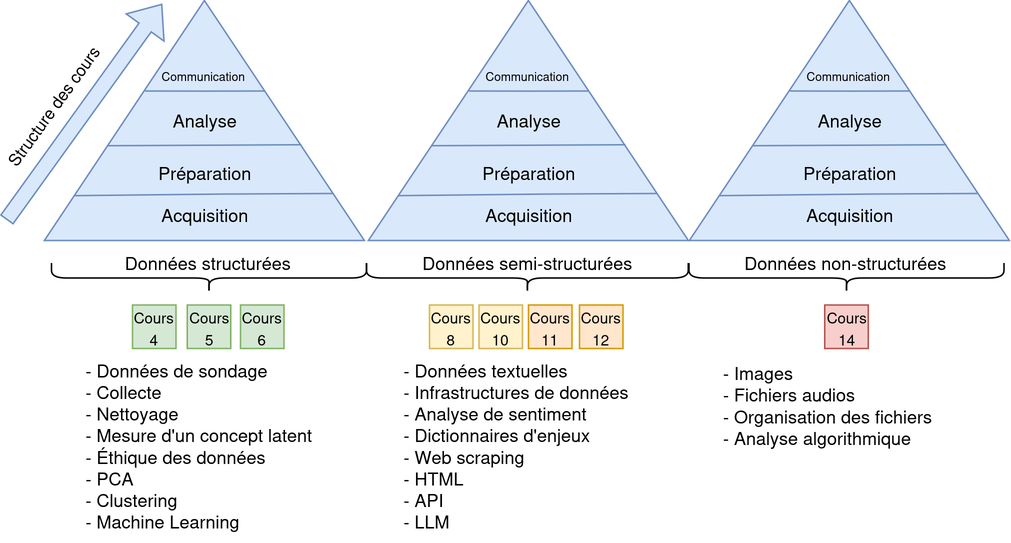
Above: slides/1_introduction/img/structure_cours.png in fas1001/fas1001.github.io (draw.io), before the change. Source tidied: cells renumbered, new cells last; positions are measured from the earlier drawing's top-left corner, leaving out a move shared by most shapes. The source it was exported from:
```xml
<mxGraphModel>
  <root>
    <mxCell id="0" />
    <mxCell id="1" parent="0" />
    <mxCell id="2" style="group;" parent="1" vertex="1">
      <mxGeometry y="27" width="668.6" height="361" as="geometry" />
    </mxCell>
    <mxCell id="3" style="group;" parent="2" vertex="1">
      <mxGeometry width="238.6" height="160" as="geometry" />
    </mxCell>
    <mxCell id="4" style="triangle;whiteSpace=wrap;html=1;rotation=-90;fillColor=#dae8fc;strokeColor=#6c8ebf;" parent="3" vertex="1">
      <mxGeometry x="51.9" y="-26.7" width="160" height="213.3" as="geometry" />
    </mxCell>
    <mxCell id="5" style="endArrow=none;html=1;rounded=0;fillColor=#dae8fc;strokeColor=#6c8ebf;entryX=0.187;entryY=0.094;entryDx=0;entryDy=0;entryPerimeter=0;exitX=0.196;exitY=0.903;exitDx=0;exitDy=0;exitPerimeter=0;" parent="3" edge="1" source="4" target="4">
      <mxGeometry relative="1" as="geometry">
        <Array as="points">
          <mxPoint x="144.1" y="129" />
        </Array>
      </mxGeometry>
    </mxCell>
    <mxCell id="6" style="endArrow=none;html=1;rounded=0;entryX=0.4;entryY=0.803;entryDx=0;entryDy=0;entryPerimeter=0;exitX=0.396;exitY=0.198;exitDx=0;exitDy=0;exitPerimeter=0;fillColor=#dae8fc;strokeColor=#6c8ebf;" parent="3" edge="1" source="4" target="4">
      <mxGeometry relative="1" as="geometry" />
    </mxCell>
    <mxCell id="7" style="endArrow=none;html=1;rounded=0;entryX=0.623;entryY=0.688;entryDx=0;entryDy=0;entryPerimeter=0;exitX=0.623;exitY=0.314;exitDx=0;exitDy=0;exitPerimeter=0;fillColor=#dae8fc;strokeColor=#6c8ebf;" parent="3" edge="1" source="4" target="4">
      <mxGeometry relative="1" as="geometry">
        <Array as="points">
          <mxPoint x="132.6" y="60.4" />
        </Array>
      </mxGeometry>
    </mxCell>
    <mxCell id="8" style="shape=flexArrow;endArrow=classic;html=1;rounded=0;fillColor=#dae8fc;strokeColor=#6c8ebf;" parent="3" edge="1">
      <mxGeometry relative="1" as="geometry">
        <mxPoint y="146.3" as="sourcePoint" />
        <mxPoint x="103.8" y="2.2" as="targetPoint" />
      </mxGeometry>
    </mxCell>
    <mxCell id="9" value="&lt;div&gt;Structure des cours&lt;/div&gt;" style="edgeLabel;html=1;align=center;verticalAlign=middle;rotation=-54;" parent="8" vertex="1">
      <mxGeometry x="-0.13" y="-1" relative="1" as="geometry">
        <mxPoint x="-16" y="-13" as="offset" />
      </mxGeometry>
    </mxCell>
    <mxCell id="10" value="&lt;div&gt;Acquisition&lt;/div&gt;" style="text;html=1;align=center;verticalAlign=middle;whiteSpace=wrap;rounded=0;" parent="3" vertex="1">
      <mxGeometry x="114.6" y="134.8" width="34.6" height="17.3" as="geometry" />
    </mxCell>
    <mxCell id="11" value="Préparation" style="text;html=1;align=center;verticalAlign=middle;whiteSpace=wrap;rounded=0;" parent="3" vertex="1">
      <mxGeometry x="114.6" y="105.9" width="34.6" height="17.3" as="geometry" />
    </mxCell>
    <mxCell id="12" value="Analyse" style="text;html=1;align=center;verticalAlign=middle;whiteSpace=wrap;rounded=0;" parent="3" vertex="1">
      <mxGeometry x="114.6" y="71.4" width="34.6" height="17.3" as="geometry" />
    </mxCell>
    <mxCell id="13" value="&lt;div&gt;&lt;font style=&quot;font-size: 8px;&quot;&gt;Communication&lt;/font&gt;&lt;/div&gt;" style="text;html=1;align=center;verticalAlign=middle;whiteSpace=wrap;rounded=0;" parent="3" vertex="1">
      <mxGeometry x="103.4" y="26.2" width="57" height="45.2" as="geometry" />
    </mxCell>
    <mxCell id="14" style="group;" parent="2" vertex="1">
      <mxGeometry x="216" width="238.6" height="160" as="geometry" />
    </mxCell>
    <mxCell id="15" style="triangle;whiteSpace=wrap;html=1;rotation=-90;fillColor=#dae8fc;strokeColor=#6c8ebf;" parent="14" vertex="1">
      <mxGeometry x="51.9" y="-26.7" width="160" height="213.3" as="geometry" />
    </mxCell>
    <mxCell id="16" style="endArrow=none;html=1;rounded=0;fillColor=#dae8fc;strokeColor=#6c8ebf;entryX=0.187;entryY=0.094;entryDx=0;entryDy=0;entryPerimeter=0;exitX=0.196;exitY=0.903;exitDx=0;exitDy=0;exitPerimeter=0;" parent="14" edge="1" source="15" target="15">
      <mxGeometry relative="1" as="geometry">
        <Array as="points">
          <mxPoint x="144.1" y="129" />
        </Array>
      </mxGeometry>
    </mxCell>
    <mxCell id="17" style="endArrow=none;html=1;rounded=0;entryX=0.4;entryY=0.803;entryDx=0;entryDy=0;entryPerimeter=0;exitX=0.396;exitY=0.198;exitDx=0;exitDy=0;exitPerimeter=0;fillColor=#dae8fc;strokeColor=#6c8ebf;" parent="14" edge="1" source="15" target="15">
      <mxGeometry relative="1" as="geometry" />
    </mxCell>
    <mxCell id="18" style="endArrow=none;html=1;rounded=0;entryX=0.623;entryY=0.688;entryDx=0;entryDy=0;entryPerimeter=0;exitX=0.623;exitY=0.314;exitDx=0;exitDy=0;exitPerimeter=0;fillColor=#dae8fc;strokeColor=#6c8ebf;" parent="14" edge="1" source="15" target="15">
      <mxGeometry relative="1" as="geometry">
        <Array as="points">
          <mxPoint x="132.6" y="60.4" />
        </Array>
      </mxGeometry>
    </mxCell>
    <mxCell id="19" value="&lt;div&gt;Acquisition&lt;/div&gt;" style="text;html=1;align=center;verticalAlign=middle;whiteSpace=wrap;rounded=0;" parent="14" vertex="1">
      <mxGeometry x="114.6" y="134.8" width="34.6" height="17.3" as="geometry" />
    </mxCell>
    <mxCell id="20" value="Préparation" style="text;html=1;align=center;verticalAlign=middle;whiteSpace=wrap;rounded=0;" parent="14" vertex="1">
      <mxGeometry x="114.6" y="105.9" width="34.6" height="17.3" as="geometry" />
    </mxCell>
    <mxCell id="21" value="Analyse" style="text;html=1;align=center;verticalAlign=middle;whiteSpace=wrap;rounded=0;" parent="14" vertex="1">
      <mxGeometry x="114.6" y="71.4" width="34.6" height="17.3" as="geometry" />
    </mxCell>
    <mxCell id="22" value="&lt;div&gt;&lt;font style=&quot;font-size: 8px;&quot;&gt;Communication&lt;/font&gt;&lt;/div&gt;" style="text;html=1;align=center;verticalAlign=middle;whiteSpace=wrap;rounded=0;" parent="14" vertex="1">
      <mxGeometry x="103.4" y="26.2" width="57" height="45.2" as="geometry" />
    </mxCell>
    <mxCell id="23" style="group;" parent="2" vertex="1">
      <mxGeometry x="430" width="238.6" height="160" as="geometry" />
    </mxCell>
    <mxCell id="24" style="triangle;whiteSpace=wrap;html=1;rotation=-90;fillColor=#dae8fc;strokeColor=#6c8ebf;" parent="23" vertex="1">
      <mxGeometry x="51.9" y="-26.7" width="160" height="213.3" as="geometry" />
    </mxCell>
    <mxCell id="25" style="endArrow=none;html=1;rounded=0;fillColor=#dae8fc;strokeColor=#6c8ebf;entryX=0.187;entryY=0.094;entryDx=0;entryDy=0;entryPerimeter=0;exitX=0.196;exitY=0.903;exitDx=0;exitDy=0;exitPerimeter=0;" parent="23" edge="1" source="24" target="24">
      <mxGeometry relative="1" as="geometry">
        <Array as="points">
          <mxPoint x="144.1" y="129" />
        </Array>
      </mxGeometry>
    </mxCell>
    <mxCell id="26" style="endArrow=none;html=1;rounded=0;entryX=0.4;entryY=0.803;entryDx=0;entryDy=0;entryPerimeter=0;exitX=0.396;exitY=0.198;exitDx=0;exitDy=0;exitPerimeter=0;fillColor=#dae8fc;strokeColor=#6c8ebf;" parent="23" edge="1" source="24" target="24">
      <mxGeometry relative="1" as="geometry" />
    </mxCell>
    <mxCell id="27" style="endArrow=none;html=1;rounded=0;entryX=0.623;entryY=0.688;entryDx=0;entryDy=0;entryPerimeter=0;exitX=0.623;exitY=0.314;exitDx=0;exitDy=0;exitPerimeter=0;fillColor=#dae8fc;strokeColor=#6c8ebf;" parent="23" edge="1" source="24" target="24">
      <mxGeometry relative="1" as="geometry">
        <Array as="points">
          <mxPoint x="132.6" y="60.4" />
        </Array>
      </mxGeometry>
    </mxCell>
    <mxCell id="28" value="&lt;div&gt;Acquisition&lt;/div&gt;" style="text;html=1;align=center;verticalAlign=middle;whiteSpace=wrap;rounded=0;" parent="23" vertex="1">
      <mxGeometry x="114.6" y="134.8" width="34.6" height="17.3" as="geometry" />
    </mxCell>
    <mxCell id="29" value="Préparation" style="text;html=1;align=center;verticalAlign=middle;whiteSpace=wrap;rounded=0;" parent="23" vertex="1">
      <mxGeometry x="114.6" y="105.9" width="34.6" height="17.3" as="geometry" />
    </mxCell>
    <mxCell id="30" value="Analyse" style="text;html=1;align=center;verticalAlign=middle;whiteSpace=wrap;rounded=0;" parent="23" vertex="1">
      <mxGeometry x="114.6" y="71.4" width="34.6" height="17.3" as="geometry" />
    </mxCell>
    <mxCell id="31" value="&lt;div&gt;&lt;font style=&quot;font-size: 8px;&quot;&gt;Communication&lt;/font&gt;&lt;/div&gt;" style="text;html=1;align=center;verticalAlign=middle;whiteSpace=wrap;rounded=0;" parent="23" vertex="1">
      <mxGeometry x="103.4" y="26.2" width="57" height="45.2" as="geometry" />
    </mxCell>
    <mxCell id="32" style="shape=curlyBracket;whiteSpace=wrap;html=1;rounded=1;flipH=1;labelPosition=right;verticalLabelPosition=middle;align=left;verticalAlign=middle;rotation=90;" parent="2" vertex="1">
      <mxGeometry x="125" y="80" width="20" height="210" as="geometry" />
    </mxCell>
    <mxCell id="33" style="shape=curlyBracket;whiteSpace=wrap;html=1;rounded=1;flipH=1;labelPosition=right;verticalLabelPosition=middle;align=left;verticalAlign=middle;rotation=90;" parent="2" vertex="1">
      <mxGeometry x="337.2" y="77.8" width="20" height="214.5" as="geometry" />
    </mxCell>
    <mxCell id="34" style="shape=curlyBracket;whiteSpace=wrap;html=1;rounded=1;flipH=1;labelPosition=right;verticalLabelPosition=middle;align=left;verticalAlign=middle;rotation=90;" parent="2" vertex="1">
      <mxGeometry x="550" y="80" width="20" height="210" as="geometry" />
    </mxCell>
    <mxCell id="35" value="&lt;font style=&quot;font-size: 10px;&quot;&gt;Cours 4&lt;/font&gt;" style="whiteSpace=wrap;html=1;fillColor=#d5e8d4;strokeColor=#82b366;" parent="2" vertex="1">
      <mxGeometry x="84" y="203" width="29" height="29" as="geometry" />
    </mxCell>
    <mxCell id="36" value="&lt;font style=&quot;font-size: 10px;&quot;&gt;Cours 5&lt;br&gt;&lt;/font&gt;" style="whiteSpace=wrap;html=1;fillColor=#d5e8d4;strokeColor=#82b366;" parent="2" vertex="1">
      <mxGeometry x="120.5" y="203" width="29" height="29" as="geometry" />
    </mxCell>
    <mxCell id="37" value="&lt;font style=&quot;font-size: 10px;&quot;&gt;Cours 6&lt;br&gt;&lt;/font&gt;" style="whiteSpace=wrap;html=1;fillColor=#d5e8d4;strokeColor=#82b366;" parent="2" vertex="1">
      <mxGeometry x="156" y="203" width="29" height="29" as="geometry" />
    </mxCell>
    <mxCell id="38" value="&lt;font style=&quot;font-size: 10px;&quot;&gt;Cours 8&lt;br&gt;&lt;/font&gt;" style="whiteSpace=wrap;html=1;fillColor=#fff2cc;strokeColor=#d6b656;" parent="2" vertex="1">
      <mxGeometry x="282" y="203" width="29" height="29" as="geometry" />
    </mxCell>
    <mxCell id="39" value="&lt;font style=&quot;font-size: 10px;&quot;&gt;Cours 10&lt;br&gt;&lt;/font&gt;" style="whiteSpace=wrap;html=1;fillColor=#fff2cc;strokeColor=#d6b656;" parent="2" vertex="1">
      <mxGeometry x="315" y="203" width="29" height="29" as="geometry" />
    </mxCell>
    <mxCell id="40" value="&lt;font style=&quot;font-size: 10px;&quot;&gt;Cours 11&lt;br&gt;&lt;/font&gt;" style="whiteSpace=wrap;html=1;fillColor=#ffe6cc;strokeColor=#d79b00;" parent="2" vertex="1">
      <mxGeometry x="348" y="203" width="29" height="29" as="geometry" />
    </mxCell>
    <mxCell id="41" value="&lt;font style=&quot;font-size: 10px;&quot;&gt;Cours 12&lt;br&gt;&lt;/font&gt;" style="whiteSpace=wrap;html=1;fillColor=#ffe6cc;strokeColor=#d79b00;" parent="2" vertex="1">
      <mxGeometry x="382" y="203" width="29" height="29" as="geometry" />
    </mxCell>
    <mxCell id="42" value="&lt;font style=&quot;font-size: 10px;&quot;&gt;Cours 14&lt;br&gt;&lt;/font&gt;" style="whiteSpace=wrap;html=1;fillColor=#f8cecc;strokeColor=#b85450;" parent="2" vertex="1">
      <mxGeometry x="545.5" y="203" width="29" height="29" as="geometry" />
    </mxCell>
    <mxCell id="43" value="Données structurées" style="text;html=1;align=center;verticalAlign=middle;whiteSpace=wrap;rounded=0;" parent="2" vertex="1">
      <mxGeometry x="37.2" y="160" width="195.5" height="30" as="geometry" />
    </mxCell>
    <mxCell id="44" value="Données semi-structurées" style="text;html=1;align=center;verticalAlign=middle;whiteSpace=wrap;rounded=0;" parent="2" vertex="1">
      <mxGeometry x="249.5" y="160" width="195.5" height="30" as="geometry" />
    </mxCell>
    <mxCell id="45" value="Données non-structurées" style="text;html=1;align=center;verticalAlign=middle;whiteSpace=wrap;rounded=0;" parent="2" vertex="1">
      <mxGeometry x="462.2" y="160" width="195.5" height="30" as="geometry" />
    </mxCell>
    <mxCell id="46" value="&lt;div align=&quot;left&quot;&gt;- Données de sondage&lt;/div&gt;&lt;div align=&quot;left&quot;&gt;- Collecte&lt;br&gt;&lt;/div&gt;&lt;div align=&quot;left&quot;&gt;- Nettoyage&lt;/div&gt;&lt;div align=&quot;left&quot;&gt;- Mesure d'un concept latent&lt;/div&gt;&lt;div align=&quot;left&quot;&gt;- Éthique des données&lt;/div&gt;&lt;div align=&quot;left&quot;&gt;- PCA&lt;/div&gt;&lt;div align=&quot;left&quot;&gt;- Clustering&lt;/div&gt;&lt;div align=&quot;left&quot;&gt;- Machine Learning&lt;br&gt;&lt;/div&gt;" style="text;html=1;align=left;verticalAlign=middle;whiteSpace=wrap;rounded=0;" parent="2" vertex="1">
      <mxGeometry x="50.8" y="235.5" width="168.5" height="122" as="geometry" />
    </mxCell>
    <mxCell id="47" value="&lt;div align=&quot;left&quot;&gt;- Données textuelles&lt;/div&gt;&lt;div align=&quot;left&quot;&gt;- Infrastructures de données&lt;br&gt;&lt;/div&gt;&lt;div align=&quot;left&quot;&gt;- Analyse de sentiment&lt;br&gt;&lt;/div&gt;&lt;div align=&quot;left&quot;&gt;- Dictionnaires d'enjeux&lt;br&gt;&lt;/div&gt;&lt;div align=&quot;left&quot;&gt;- Web scraping&lt;br&gt;&lt;/div&gt;&lt;div align=&quot;left&quot;&gt;- HTML&lt;br&gt;&lt;/div&gt;&lt;div align=&quot;left&quot;&gt;- API&lt;/div&gt;&lt;div align=&quot;left&quot;&gt;- LLM&lt;br&gt;&lt;/div&gt;" style="text;html=1;align=left;verticalAlign=middle;whiteSpace=wrap;rounded=0;" parent="2" vertex="1">
      <mxGeometry x="263" y="232" width="168.5" height="129" as="geometry" />
    </mxCell>
    <mxCell id="48" value="&lt;div align=&quot;left&quot;&gt;- Images&lt;/div&gt;&lt;div align=&quot;left&quot;&gt;- Fichiers audios&lt;/div&gt;&lt;div align=&quot;left&quot;&gt;- Organisation des fichiers&lt;/div&gt;&lt;div align=&quot;left&quot;&gt;- Analyse algorithmique&lt;br&gt;&lt;/div&gt;" style="text;html=1;align=left;verticalAlign=middle;whiteSpace=wrap;rounded=0;" parent="2" vertex="1">
      <mxGeometry x="475.8" y="235.5" width="168.5" height="69" as="geometry" />
    </mxCell>
  </root>
</mxGraphModel>
```
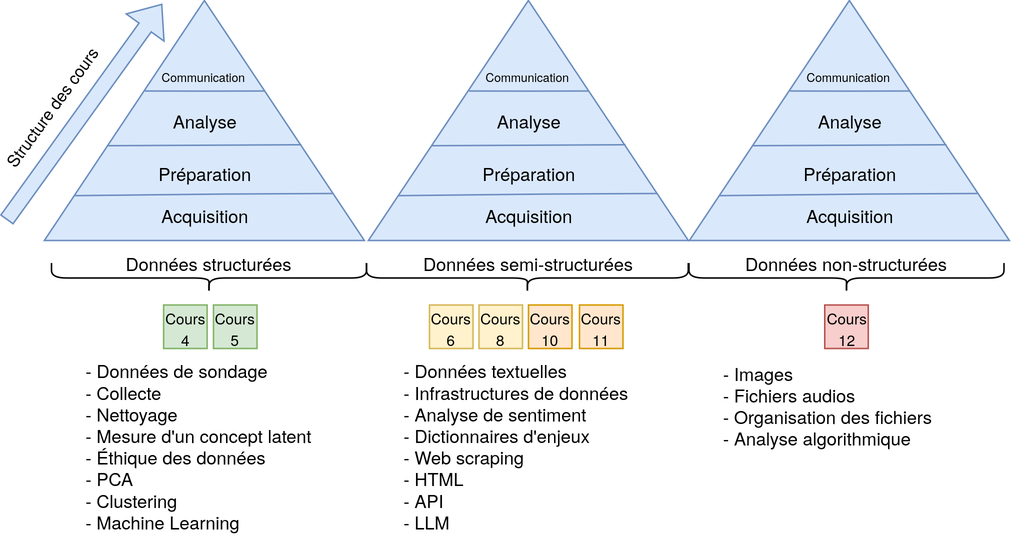
After the commit.

The edit, as a diff of the source:
```diff
@@ -131,27 +131,24 @@
       <mxGeometry x="550" y="80" width="20" height="210" as="geometry" />
     </mxCell>
     <mxCell id="35" value="&lt;font style=&quot;font-size: 10px;&quot;&gt;Cours 4&lt;/font&gt;" style="whiteSpace=wrap;html=1;fillColor=#d5e8d4;strokeColor=#82b366;" parent="2" vertex="1">
-      <mxGeometry x="84" y="203" width="29" height="29" as="geometry" />
+      <mxGeometry x="104.8" y="203" width="29" height="29" as="geometry" />
     </mxCell>
     <mxCell id="36" value="&lt;font style=&quot;font-size: 10px;&quot;&gt;Cours 5&lt;br&gt;&lt;/font&gt;" style="whiteSpace=wrap;html=1;fillColor=#d5e8d4;strokeColor=#82b366;" parent="2" vertex="1">
-      <mxGeometry x="120.5" y="203" width="29" height="29" as="geometry" />
+      <mxGeometry x="138" y="203" width="29" height="29" as="geometry" />
     </mxCell>
-    <mxCell id="37" value="&lt;font style=&quot;font-size: 10px;&quot;&gt;Cours 6&lt;br&gt;&lt;/font&gt;" style="whiteSpace=wrap;html=1;fillColor=#d5e8d4;strokeColor=#82b366;" parent="2" vertex="1">
-      <mxGeometry x="156" y="203" width="29" height="29" as="geometry" />
-    </mxCell>
-    <mxCell id="38" value="&lt;font style=&quot;font-size: 10px;&quot;&gt;Cours 8&lt;br&gt;&lt;/font&gt;" style="whiteSpace=wrap;html=1;fillColor=#fff2cc;strokeColor=#d6b656;" parent="2" vertex="1">
+    <mxCell id="38" value="&lt;font style=&quot;font-size: 10px;&quot;&gt;Cours 6&lt;br&gt;&lt;/font&gt;" style="whiteSpace=wrap;html=1;fillColor=#fff2cc;strokeColor=#d6b656;" parent="2" vertex="1">
       <mxGeometry x="282" y="203" width="29" height="29" as="geometry" />
     </mxCell>
-    <mxCell id="39" value="&lt;font style=&quot;font-size: 10px;&quot;&gt;Cours 10&lt;br&gt;&lt;/font&gt;" style="whiteSpace=wrap;html=1;fillColor=#fff2cc;strokeColor=#d6b656;" parent="2" vertex="1">
+    <mxCell id="39" value="&lt;font style=&quot;font-size: 10px;&quot;&gt;Cours 8&lt;br&gt;&lt;/font&gt;" style="whiteSpace=wrap;html=1;fillColor=#fff2cc;strokeColor=#d6b656;" parent="2" vertex="1">
       <mxGeometry x="315" y="203" width="29" height="29" as="geometry" />
     </mxCell>
-    <mxCell id="40" value="&lt;font style=&quot;font-size: 10px;&quot;&gt;Cours 11&lt;br&gt;&lt;/font&gt;" style="whiteSpace=wrap;html=1;fillColor=#ffe6cc;strokeColor=#d79b00;" parent="2" vertex="1">
+    <mxCell id="40" value="&lt;font style=&quot;font-size: 10px;&quot;&gt;Cours 10&lt;br&gt;&lt;/font&gt;" style="whiteSpace=wrap;html=1;fillColor=#ffe6cc;strokeColor=#d79b00;" parent="2" vertex="1">
       <mxGeometry x="348" y="203" width="29" height="29" as="geometry" />
     </mxCell>
-    <mxCell id="41" value="&lt;font style=&quot;font-size: 10px;&quot;&gt;Cours 12&lt;br&gt;&lt;/font&gt;" style="whiteSpace=wrap;html=1;fillColor=#ffe6cc;strokeColor=#d79b00;" parent="2" vertex="1">
+    <mxCell id="41" value="&lt;font style=&quot;font-size: 10px;&quot;&gt;Cours 11&lt;/font&gt;" style="whiteSpace=wrap;html=1;fillColor=#ffe6cc;strokeColor=#d79b00;" parent="2" vertex="1">
       <mxGeometry x="382" y="203" width="29" height="29" as="geometry" />
     </mxCell>
-    <mxCell id="42" value="&lt;font style=&quot;font-size: 10px;&quot;&gt;Cours 14&lt;br&gt;&lt;/font&gt;" style="whiteSpace=wrap;html=1;fillColor=#f8cecc;strokeColor=#b85450;" parent="2" vertex="1">
+    <mxCell id="42" value="&lt;font style=&quot;font-size: 10px;&quot;&gt;Cours 12&lt;br&gt;&lt;/font&gt;" style="whiteSpace=wrap;html=1;fillColor=#f8cecc;strokeColor=#b85450;" parent="2" vertex="1">
       <mxGeometry x="545.5" y="203" width="29" height="29" as="geometry" />
     </mxCell>
     <mxCell id="43" value="Données structurées" style="text;html=1;align=center;verticalAlign=middle;whiteSpace=wrap;rounded=0;" parent="2" vertex="1">
```
